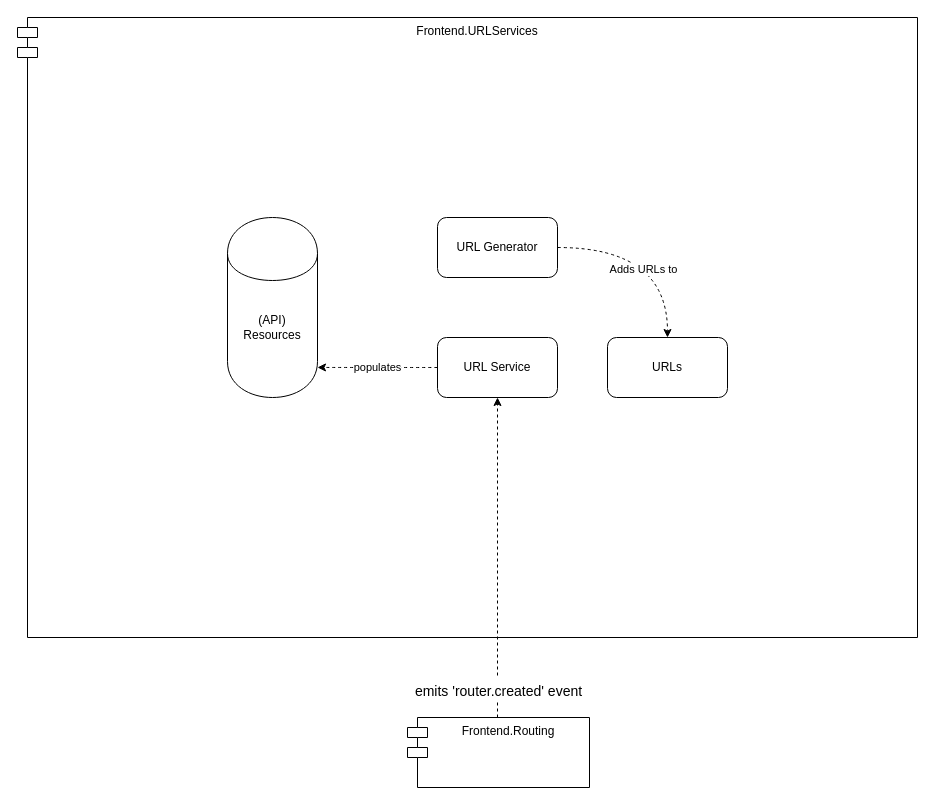
The draw.io diagram page "Frontend.URLService" (5 of 7) of ghost.drawio in TryGhost/architecture-diagrams, before the edit. Source tidied: cells renumbered, new cells numbered last; positions are measured from the earlier drawing's top-left corner, leaving out a move shared by most shapes. Both pictures are drawn from the tidied source at 100%, with x=0, y=0 at pixel (17, 17).
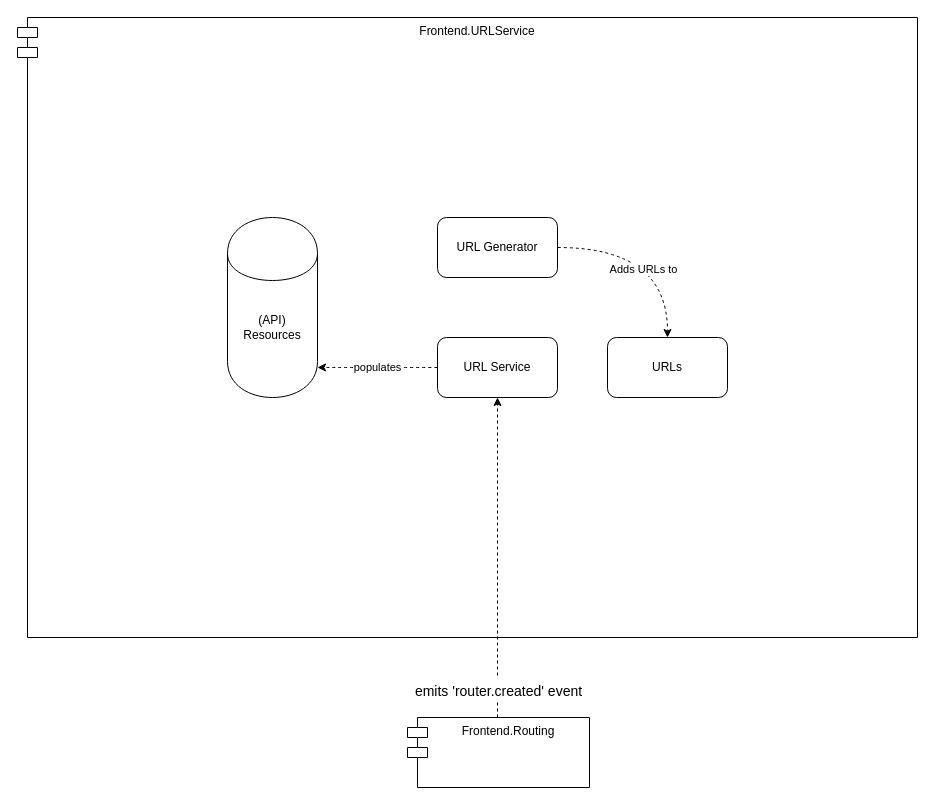
The same page after the edit.

Change to the diagram source:
```diff
@@
 <mxGraphModel>
   <root>
     <mxCell id="0" />
     <mxCell id="1" parent="0" />
-    <mxCell id="2" value="Frontend.URLServices&#10;" style="shape=module;align=left;spacingLeft=20;align=center;verticalAlign=top;" parent="1" vertex="1">
+    <mxCell id="2" value="Frontend.URLService&#10;" style="shape=module;align=left;spacingLeft=20;align=center;verticalAlign=top;" parent="1" vertex="1">
       <mxGeometry width="900" height="620" as="geometry" />
     </mxCell>
     <mxCell id="3" value="(API) Resources" style="shape=cylinder;whiteSpace=wrap;html=1;boundedLbl=1;backgroundOutline=1;" parent="1" vertex="1">
       <mxGeometry x="210" y="200" width="90" height="180" as="geometry" />
     </mxCell>
     <mxCell id="4" style="edgeStyle=orthogonalEdgeStyle;curved=1;rounded=0;jettySize=auto;html=1;dashed=1;" parent="1" edge="1" source="6" target="9">
       <mxGeometry relative="1" as="geometry" />
     </mxCell>
     <mxCell id="5" value="Adds URLs to" style="edgeLabel;html=1;align=center;verticalAlign=middle;" parent="4" vertex="1">
       <mxGeometry x="-0.15" y="-21" relative="1" as="geometry" />
     </mxCell>
     <mxCell id="6" value="URL Generator" style="rounded=1;whiteSpace=wrap;html=1;" parent="1" vertex="1">
       <mxGeometry x="420" y="200" width="120" height="60" as="geometry" />
     </mxCell>
     <mxCell id="7" value="populates" style="edgeStyle=orthogonalEdgeStyle;curved=1;rounded=0;jettySize=auto;html=1;entryX=1;entryY=0.833;entryDx=0;entryDy=0;entryPerimeter=0;dashed=1;" parent="1" edge="1" source="8" target="3">
       <mxGeometry relative="1" as="geometry" />
     </mxCell>
     <mxCell id="8" value="URL Service" style="rounded=1;whiteSpace=wrap;html=1;" parent="1" vertex="1">
       <mxGeometry x="420" y="320" width="120" height="60" as="geometry" />
     </mxCell>
     <mxCell id="9" value="URLs" style="rounded=1;whiteSpace=wrap;html=1;" parent="1" vertex="1">
       <mxGeometry x="590" y="320" width="120" height="60" as="geometry" />
     </mxCell>
     <mxCell id="10" style="endArrow=classic;html=1;dashed=1;entryX=0.5;entryY=1;entryDx=0;entryDy=0;" parent="1" edge="1" target="8">
       <mxGeometry relative="1" as="geometry">
         <mxPoint x="480" y="700" as="sourcePoint" />
       </mxGeometry>
     </mxCell>
     <mxCell id="11" value="&lt;span style=&quot;line-height: 100%&quot;&gt;&lt;font style=&quot;font-size: 14px&quot;&gt;emits 'router.created' event&lt;/font&gt;&lt;/span&gt;&lt;span style=&quot;font-size: 20px&quot;&gt;&lt;br&gt;&lt;/span&gt;" style="edgeLabel;html=1;align=center;verticalAlign=middle;" parent="10" vertex="1">
       <mxGeometry x="-0.53" y="-3" relative="1" as="geometry">
         <mxPoint x="-3" y="45" as="offset" />
       </mxGeometry>
     </mxCell>
     <mxCell id="12" value="Frontend.Routing" style="shape=module;align=left;spacingLeft=20;align=center;verticalAlign=top;" parent="1" vertex="1">
       <mxGeometry x="390" y="700" width="182" height="70" as="geometry" />
     </mxCell>
   </root>
 </mxGraphModel>
```
